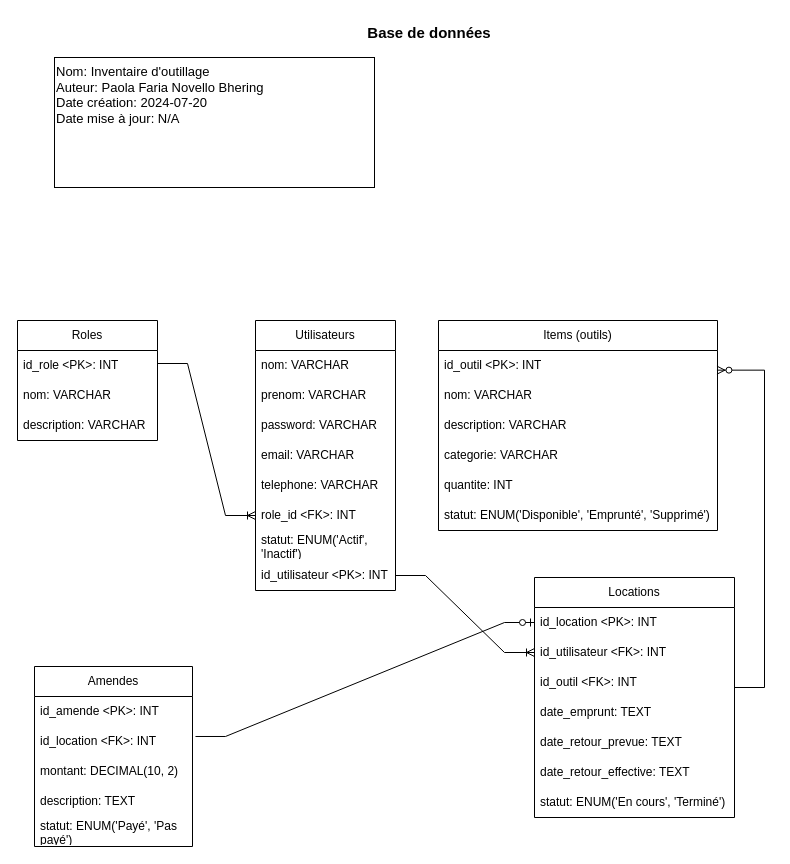
Before: Livrables/livrable3/Schema_bd_livrable3.drawio in GenevieveCloutier/ProjetSessionInventaire, a draw.io diagram. Source tidied: cells renumbered, new cells numbered last; positions are measured from the earlier drawing's top-left corner, leaving out a move shared by most shapes. Both pictures are drawn from the tidied source at 100%, with x=0, y=0 at pixel (17, 17).
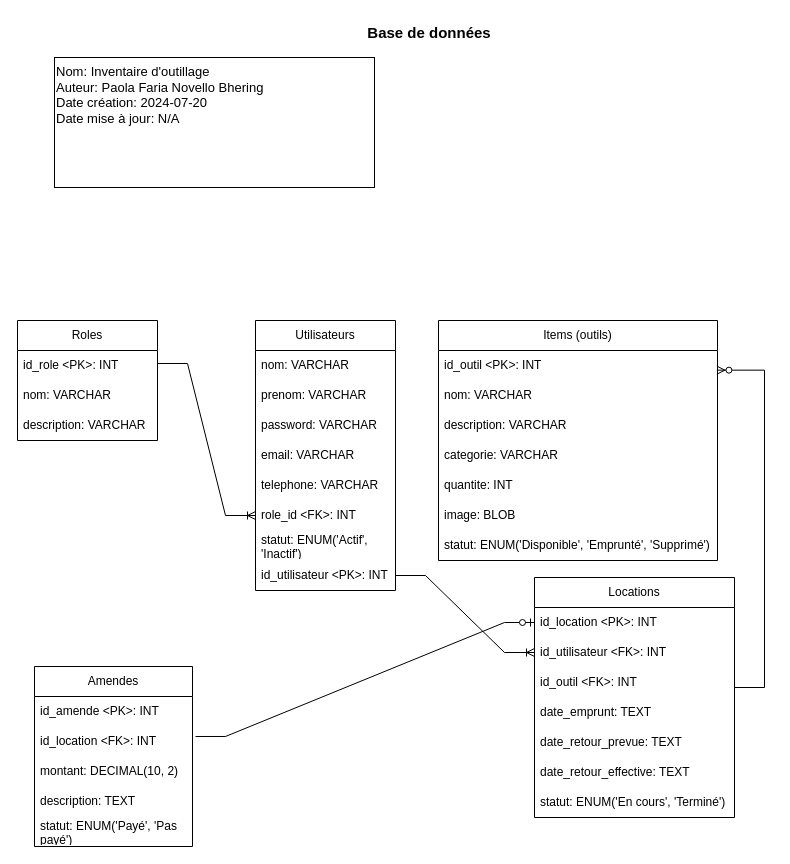
Above is the later version.

Commit message (it also covers changes not shown here):
Insertion du champ image dans la table outil

Diff of the diagram source:
```diff
@@
     <mxCell id="17" value="Items (outils)" style="swimlane;fontStyle=0;horizontal=1;startSize=30;whiteSpace=wrap;html=1;" parent="1" vertex="1">
-      <mxGeometry x="421" y="303" width="279" height="210" as="geometry" />
+      <mxGeometry x="421" y="303" width="279" height="240" as="geometry" />
     </mxCell>
@@
+    <mxCell id="42" value="image: BLOB" style="text;strokeColor=none;fillColor=none;align=left;verticalAlign=middle;spacingLeft=4;spacingRight=4;overflow=hidden;whiteSpace=wrap;html=1;" parent="17" vertex="1">
+      <mxGeometry y="180" width="279" height="30" as="geometry" />
+    </mxCell>
     <mxCell id="23" value="statut: ENUM('Disponible', 'Emprunté', 'Supprimé')" style="text;strokeColor=none;fillColor=none;align=left;verticalAlign=middle;spacingLeft=4;spacingRight=4;overflow=hidden;whiteSpace=wrap;html=1;" parent="17" vertex="1">
-      <mxGeometry y="180" width="279" height="30" as="geometry" />
+      <mxGeometry y="210" width="279" height="30" as="geometry" />
     </mxCell>
```
